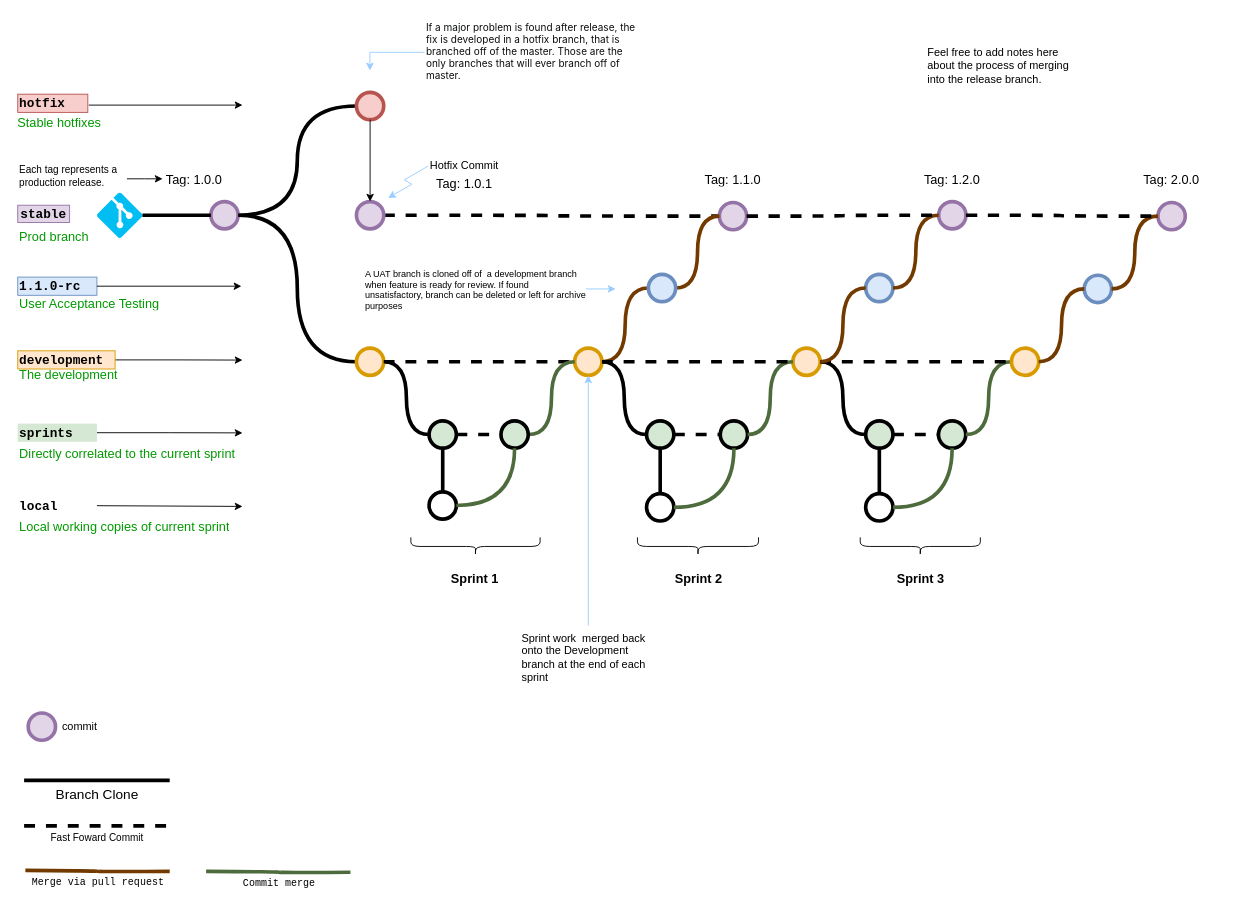
Flat-Tree/HW.Diagrams keeps this draw.io diagram as HW.Documentation.GtiBranchDiagram.drawio. Above is the earlier version. Source tidied: cells renumbered, new cells numbered last; positions are measured from the earlier drawing's top-left corner, leaving out a move shared by most shapes. Both pictures are drawn from the tidied source at 91%, with x=0, y=0 at pixel (15, 15).
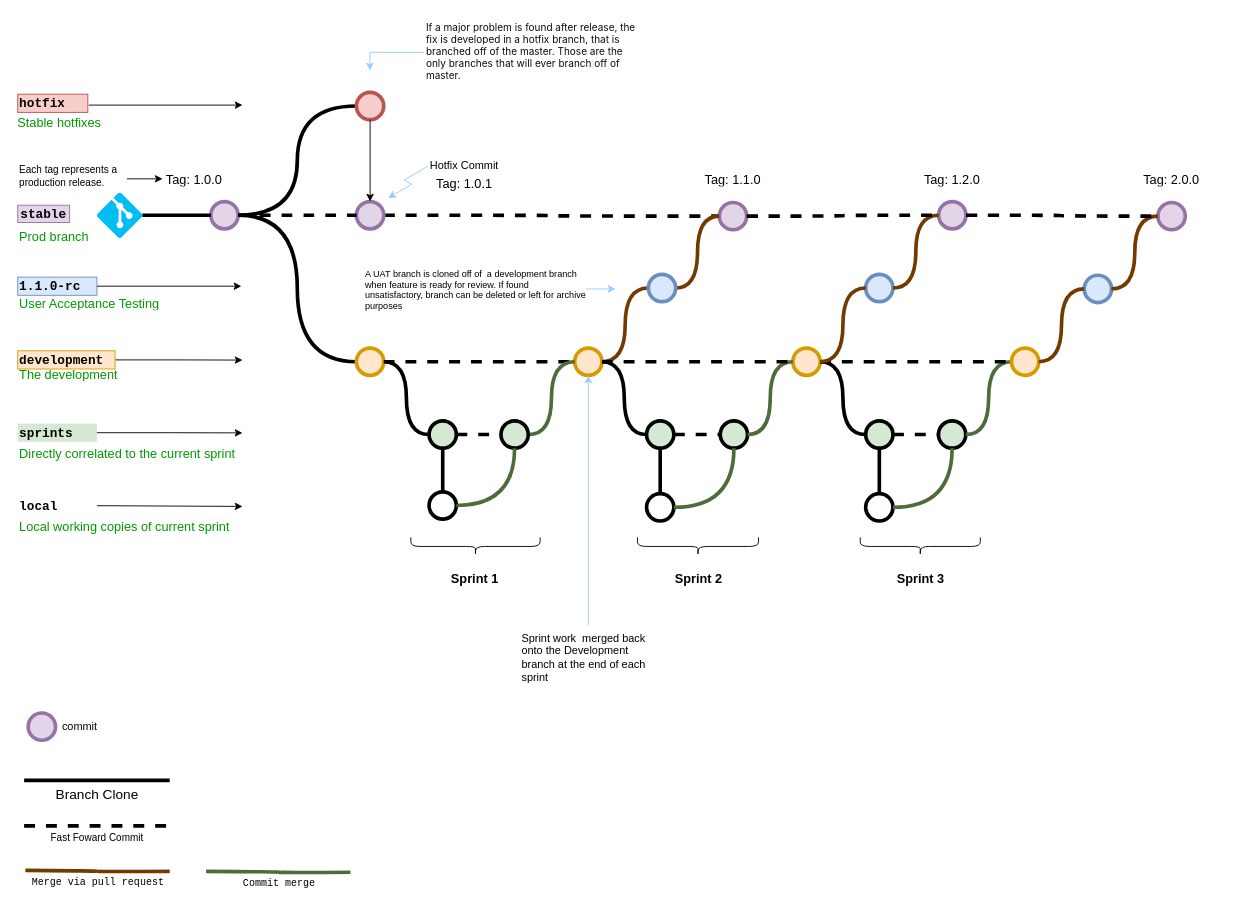
The same page after the edit.

Unchanged cells that the change refers to:
```xml
<mxCell id="6" style="verticalLabelPosition=bottom;verticalAlign=top;html=1;strokeWidth=4;shape=mxgraph.flowchart.on-page_reference;fillColor=#e1d5e7;strokeColor=#9673a6;" parent="1" vertex="1">
  <mxGeometry x="214.2" y="204" width="30" height="30" as="geometry" />
</mxCell>
<mxCell id="38" style="verticalLabelPosition=bottom;verticalAlign=top;html=1;strokeWidth=4;shape=mxgraph.flowchart.on-page_reference;strokeColor=#9673a6;fillColor=#e1d5e7;" parent="1" vertex="1">
  <mxGeometry x="374.2" y="204" width="30" height="30" as="geometry" />
</mxCell>
```

What changed in the source:
```diff
@@
-    <mxCell id="37" value="&lt;span style=&quot;text-align: center&quot;&gt;Feel free to add notes here about the process of merging into the release branch.&lt;br&gt;&lt;br&gt;&lt;/span&gt;" style="text;html=1;strokeColor=none;fillColor=none;align=left;verticalAlign=middle;whiteSpace=wrap;overflow=hidden;fontSize=12;fontStyle=0;fontColor=#000000;" parent="1" vertex="1">
-      <mxGeometry x="1000" y="21" width="167.8" height="81" as="geometry" />
-    </mxCell>
@@
+    <mxCell id="100" style="edgeStyle=orthogonalEdgeStyle;curved=1;rounded=0;jettySize=auto;html=1;endArrow=none;endFill=0;strokeWidth=4;fontFamily=Courier New;fontColor=#009900;exitX=1;exitY=0.5;exitDx=0;exitDy=0;exitPerimeter=0;dashed=1;entryX=0;entryY=0.5;entryDx=0;entryDy=0;entryPerimeter=0;" parent="1" edge="1" source="6" target="38">
+      <mxGeometry relative="1" as="geometry" />
+    </mxCell>
```
